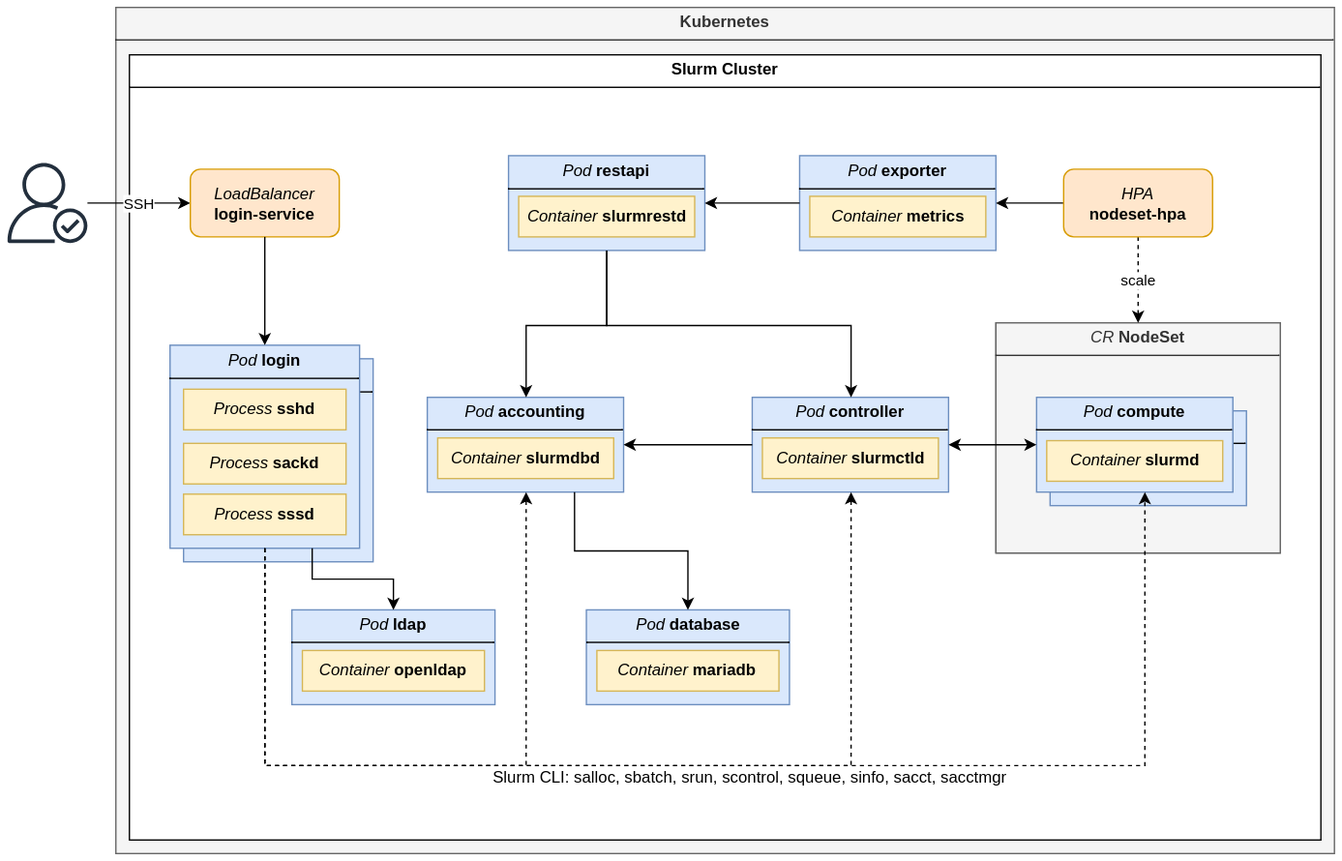
Above: docs/_static/images/architecture-slurm.svg in whaili/slurm-operator (draw.io), before the change. Source tidied: cells renumbered, new cells last; positions are measured from the earlier drawing's top-left corner, leaving out a move shared by most shapes.
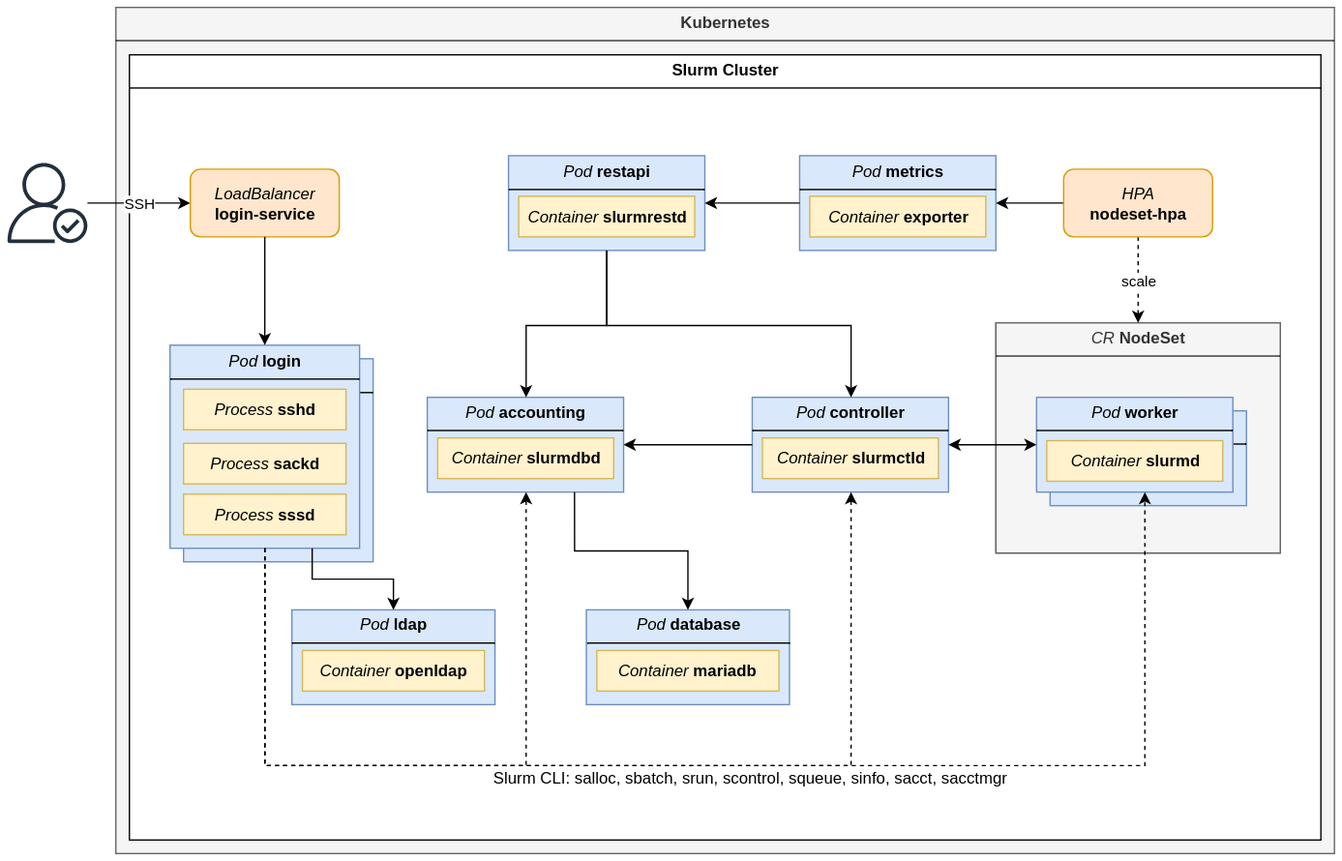
After the change.

The edit, as a diff of the source:
```diff
@@ -35,7 +35,7 @@
     <mxCell id="12" style="group;" parent="1" vertex="1">
       <mxGeometry x="120" y="249.5" width="150" height="160" as="geometry" />
     </mxCell>
-    <mxCell id="13" value="&lt;p style=&quot;margin:0px;margin-top:4px;text-align:center;&quot;&gt;&lt;i&gt;Pod&lt;/i&gt;&amp;nbsp;&lt;b&gt;login-xyz&lt;/b&gt;&lt;/p&gt;&lt;hr size=&quot;1&quot; style=&quot;border-style:solid;&quot;&gt;&lt;div style=&quot;height: 2px; padding: 0px 0px 2px; margin: 0px;&quot;&gt;&lt;br&gt;&lt;/div&gt;" style="verticalAlign=top;align=left;overflow=fill;html=1;whiteSpace=wrap;fillColor=#dae8fc;strokeColor=#6c8ebf;gradientColor=none;enumerate=0;comic=0;" parent="12" vertex="1">
+    <mxCell id="13" value="&lt;p style=&quot;margin:0px;margin-top:4px;text-align:center;&quot;&gt;&lt;i&gt;Pod&lt;/i&gt;&amp;nbsp;&lt;b&gt;login&lt;/b&gt;&lt;/p&gt;&lt;hr size=&quot;1&quot; style=&quot;border-style:solid;&quot;&gt;&lt;div style=&quot;height: 2px; padding: 0px 0px 2px; margin: 0px;&quot;&gt;&lt;br&gt;&lt;/div&gt;" style="verticalAlign=top;align=left;overflow=fill;html=1;whiteSpace=wrap;fillColor=#dae8fc;strokeColor=#6c8ebf;gradientColor=none;enumerate=0;comic=0;" parent="12" vertex="1">
       <mxGeometry x="10" y="10" width="140" height="150" as="geometry" />
     </mxCell>
     <mxCell id="14" style="group;align=center;" parent="12" vertex="1">
@@ -108,10 +108,10 @@
     <mxCell id="33" style="group;" parent="1" vertex="1">
       <mxGeometry x="585" y="109.5" width="145" height="70" as="geometry" />
     </mxCell>
-    <mxCell id="34" value="&lt;p style=&quot;margin:0px;margin-top:4px;text-align:center;&quot;&gt;&lt;i&gt;Pod&lt;/i&gt;&amp;nbsp;&lt;b&gt;exporter&lt;/b&gt;&lt;/p&gt;&lt;hr size=&quot;1&quot; style=&quot;border-style:solid;&quot;&gt;&lt;div style=&quot;height: 2px; padding: 0px 0px 2px; margin: 0px;&quot;&gt;&lt;br&gt;&lt;/div&gt;" style="verticalAlign=top;align=left;overflow=fill;html=1;whiteSpace=wrap;fillColor=#dae8fc;strokeColor=#6c8ebf;gradientColor=none;enumerate=0;comic=0;" parent="33" vertex="1">
+    <mxCell id="34" value="&lt;p style=&quot;margin:0px;margin-top:4px;text-align:center;&quot;&gt;&lt;i&gt;Pod&lt;/i&gt;&amp;nbsp;&lt;b&gt;metrics&lt;/b&gt;&lt;/p&gt;&lt;hr size=&quot;1&quot; style=&quot;border-style:solid;&quot;&gt;&lt;div style=&quot;height: 2px; padding: 0px 0px 2px; margin: 0px;&quot;&gt;&lt;br&gt;&lt;/div&gt;" style="verticalAlign=top;align=left;overflow=fill;html=1;whiteSpace=wrap;fillColor=#dae8fc;strokeColor=#6c8ebf;gradientColor=none;enumerate=0;comic=0;" parent="33" vertex="1">
       <mxGeometry width="145" height="70" as="geometry" />
     </mxCell>
-    <mxCell id="35" value="&lt;i&gt;Container&lt;/i&gt;&amp;nbsp;&lt;b&gt;metrics&lt;/b&gt;" style="rounded=0;whiteSpace=wrap;html=1;fillColor=#fff2cc;strokeColor=#d6b656;align=center;textShadow=0;labelBorderColor=none;labelBackgroundColor=none;" parent="33" vertex="1">
+    <mxCell id="35" value="&lt;i&gt;Container&lt;/i&gt;&amp;nbsp;&lt;b&gt;exporter&lt;/b&gt;" style="rounded=0;whiteSpace=wrap;html=1;fillColor=#fff2cc;strokeColor=#d6b656;align=center;textShadow=0;labelBorderColor=none;labelBackgroundColor=none;" parent="33" vertex="1">
       <mxGeometry x="7.5" y="30" width="130" height="30" as="geometry" />
     </mxCell>
     <mxCell id="36" style="group;fillColor=#f5f5f5;fontColor=#333333;strokeColor=#666666;" parent="1" vertex="1">
@@ -123,13 +123,13 @@
     <mxCell id="38" style="group;" parent="36" vertex="1">
       <mxGeometry x="40" y="65" width="145" height="70" as="geometry" />
     </mxCell>
-    <mxCell id="39" value="&lt;p style=&quot;margin:0px;margin-top:4px;text-align:center;&quot;&gt;&lt;i&gt;Pod&lt;/i&gt;&amp;nbsp;&lt;b&gt;compute&lt;/b&gt;&lt;/p&gt;&lt;hr size=&quot;1&quot; style=&quot;border-style:solid;&quot;&gt;&lt;div style=&quot;height: 2px; padding: 0px 0px 2px; margin: 0px;&quot;&gt;&lt;br&gt;&lt;/div&gt;" style="verticalAlign=top;align=left;overflow=fill;html=1;whiteSpace=wrap;fillColor=#dae8fc;strokeColor=#6c8ebf;gradientColor=none;enumerate=0;comic=0;" parent="38" vertex="1">
+    <mxCell id="39" value="&lt;p style=&quot;margin:0px;margin-top:4px;text-align:center;&quot;&gt;&lt;i&gt;Pod&lt;/i&gt;&amp;nbsp;&lt;b&gt;worker&lt;/b&gt;&lt;/p&gt;&lt;hr size=&quot;1&quot; style=&quot;border-style:solid;&quot;&gt;&lt;div style=&quot;height: 2px; padding: 0px 0px 2px; margin: 0px;&quot;&gt;&lt;br&gt;&lt;/div&gt;" style="verticalAlign=top;align=left;overflow=fill;html=1;whiteSpace=wrap;fillColor=#dae8fc;strokeColor=#6c8ebf;gradientColor=none;enumerate=0;comic=0;" parent="38" vertex="1">
       <mxGeometry width="145" height="70" as="geometry" />
     </mxCell>
     <mxCell id="40" style="group;" parent="38" vertex="1">
       <mxGeometry x="-10" y="-10" width="145" height="70" as="geometry" />
     </mxCell>
-    <mxCell id="41" value="&lt;p style=&quot;margin:0px;margin-top:4px;text-align:center;&quot;&gt;&lt;i&gt;Pod&lt;/i&gt;&amp;nbsp;&lt;b&gt;compute&lt;/b&gt;&lt;/p&gt;&lt;hr size=&quot;1&quot; style=&quot;border-style:solid;&quot;&gt;&lt;div style=&quot;height: 2px; padding: 0px 0px 2px; margin: 0px;&quot;&gt;&lt;br&gt;&lt;/div&gt;" style="verticalAlign=top;align=left;overflow=fill;html=1;whiteSpace=wrap;fillColor=#dae8fc;strokeColor=#6c8ebf;gradientColor=none;enumerate=0;comic=0;" parent="40" vertex="1">
+    <mxCell id="41" value="&lt;p style=&quot;margin:0px;margin-top:4px;text-align:center;&quot;&gt;&lt;i&gt;Pod&lt;/i&gt;&amp;nbsp;&lt;b&gt;worker&lt;/b&gt;&lt;/p&gt;&lt;hr size=&quot;1&quot; style=&quot;border-style:solid;&quot;&gt;&lt;div style=&quot;height: 2px; padding: 0px 0px 2px; margin: 0px;&quot;&gt;&lt;br&gt;&lt;/div&gt;" style="verticalAlign=top;align=left;overflow=fill;html=1;whiteSpace=wrap;fillColor=#dae8fc;strokeColor=#6c8ebf;gradientColor=none;enumerate=0;comic=0;" parent="40" vertex="1">
       <mxGeometry width="145" height="70" as="geometry" />
     </mxCell>
     <mxCell id="42" value="&lt;i&gt;Container&lt;/i&gt;&amp;nbsp;&lt;b&gt;slurmd&lt;/b&gt;" style="rounded=0;whiteSpace=wrap;html=1;fillColor=#fff2cc;strokeColor=#d6b656;align=center;textShadow=0;labelBorderColor=none;labelBackgroundColor=none;" parent="40" vertex="1">
```
